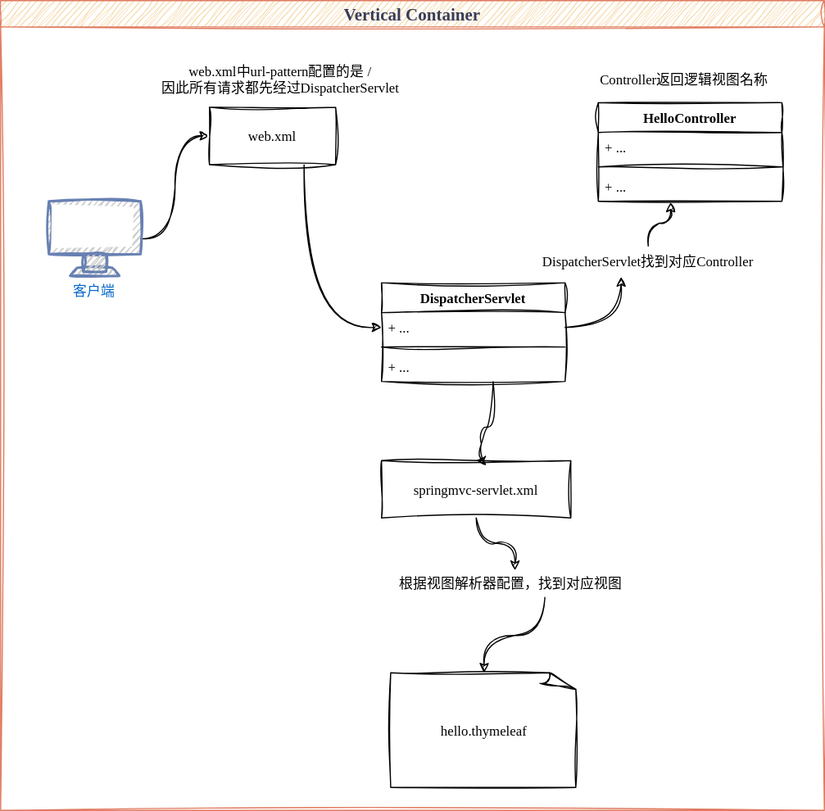
luguosong/images keeps this draw.io diagram as diagrams/java_serve/web_application/mvc/SpringMVC执行过程.svg. Above is the earlier version. Source tidied: cells renumbered, new cells last; positions are measured from the earlier drawing's top-left corner, leaving out a move shared by most shapes.
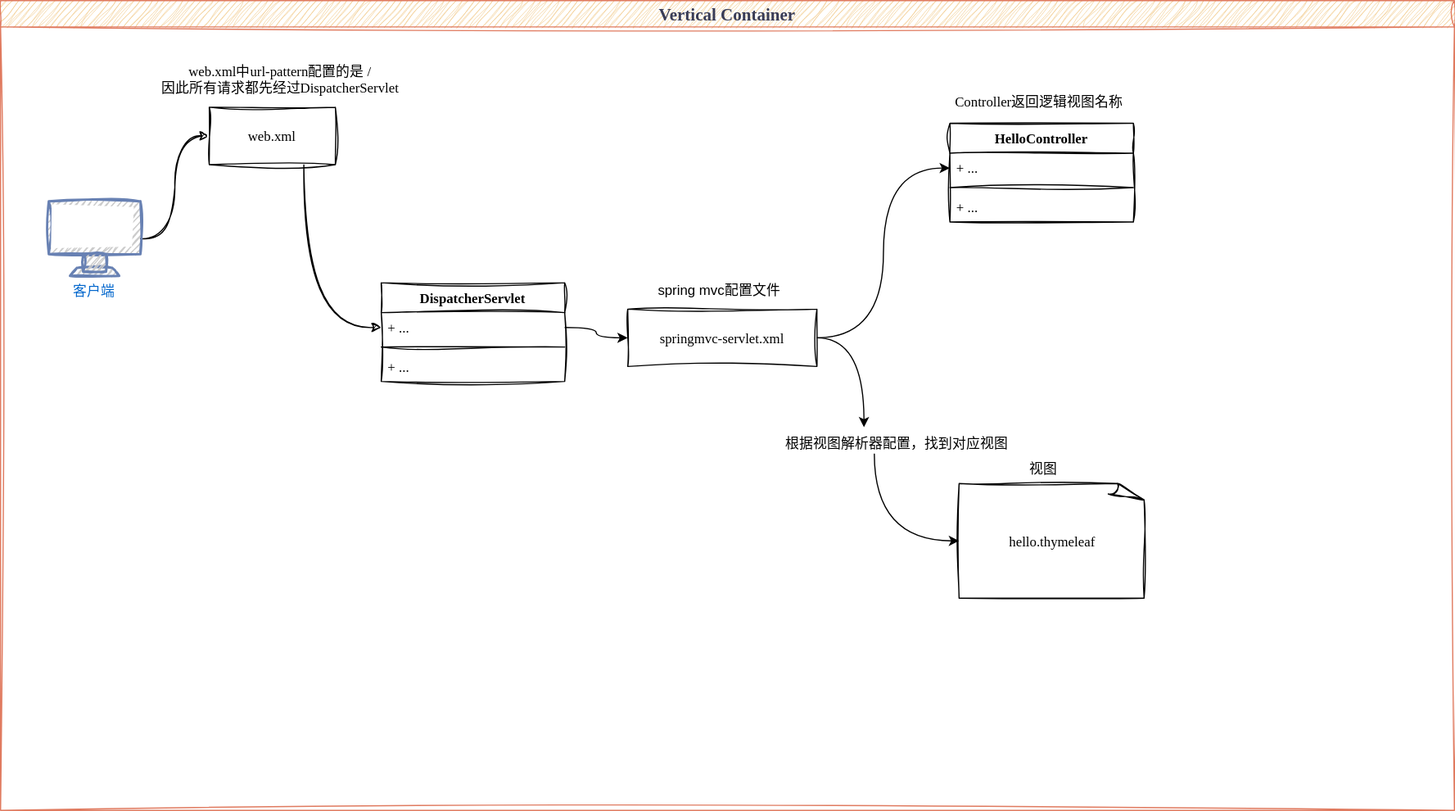
After the change.

Commit message:
更新SpringMVC执行过程.svg

The edit, as a diff of the source:
```diff
@@ -3,23 +3,47 @@
     <mxCell id="0" />
     <mxCell id="1" parent="0" />
     <mxCell id="2" value="Vertical Container" style="swimlane;sketch=1;hachureGap=4;jiggle=2;curveFitting=1;fontFamily=LXGW WenKai;fontSize=15;strokeColor=#E07A5F;align=center;verticalAlign=middle;fontColor=#393C56;fontStyle=1;fillColor=#F2CC8F;fontSource=https%3A%2F%2Ffonts.googleapis.com%2Fcss%3Ffamily%3DArchitects%2BDaughter;labelBackgroundColor=none;" parent="1" vertex="1">
-      <mxGeometry width="718" height="706" as="geometry" />
+      <mxGeometry width="1268" height="706" as="geometry" />
     </mxCell>
+    <mxCell id="26" style="edgeStyle=orthogonalEdgeStyle;curved=1;rounded=0;jettySize=auto;exitX=1;exitY=0.5;exitDx=0;exitDy=0;entryX=0;entryY=0.5;entryDx=0;entryDy=0;" parent="2" edge="1" source="3" target="17">
+      <mxGeometry relative="1" as="geometry" />
+    </mxCell>
     <mxCell id="3" value="springmvc-servlet.xml" style="fontFamily=LXGW WenKai;sketch=1;curveFitting=1;jiggle=2;" parent="2" vertex="1">
-      <mxGeometry x="332" y="401" width="165" height="50" as="geometry" />
+      <mxGeometry x="547" y="269" width="165" height="50" as="geometry" />
     </mxCell>
     <mxCell id="4" value="hello.thymeleaf" style="shape=mxgraph.basic.document;fontFamily=LXGW WenKai;sketch=1;curveFitting=1;jiggle=2;" parent="2" vertex="1">
-      <mxGeometry x="340" y="586" width="163" height="100" as="geometry" />
+      <mxGeometry x="836" y="421" width="163" height="100" as="geometry" />
     </mxCell>
+    <mxCell id="16" value="HelloController" style="swimlane;fontStyle=1;align=center;verticalAlign=top;horizontal=1;startSize=26;fontFamily=LXGW WenKai;sketch=1;curveFitting=1;jiggle=2;" parent="2" vertex="1">
+      <mxGeometry x="828" y="107" width="160" height="86" as="geometry" />
+    </mxCell>
+    <mxCell id="17" value="+ ..." style="text;strokeColor=none;fillColor=none;align=left;verticalAlign=top;spacingLeft=4;spacingRight=4;overflow=hidden;points=[[0,0.5],[1,0.5]];portConstraint=eastwest;fontFamily=LXGW WenKai;sketch=1;curveFitting=1;jiggle=2;" parent="16" vertex="1">
+      <mxGeometry y="26" width="160" height="26" as="geometry" />
+    </mxCell>
+    <mxCell id="18" style="line;strokeWidth=1;fillColor=none;align=left;verticalAlign=middle;spacingTop=-1;spacingLeft=3;spacingRight=3;labelPosition=right;strokeColor=inherit;fontFamily=LXGW WenKai;sketch=1;curveFitting=1;jiggle=2;" parent="16" vertex="1">
+      <mxGeometry y="52" width="160" height="8" as="geometry" />
+    </mxCell>
+    <mxCell id="19" value="+ ..." style="text;strokeColor=none;fillColor=none;align=left;verticalAlign=top;spacingLeft=4;spacingRight=4;overflow=hidden;points=[[0,0.5],[1,0.5]];portConstraint=eastwest;fontFamily=LXGW WenKai;sketch=1;curveFitting=1;jiggle=2;" parent="16" vertex="1">
+      <mxGeometry y="60" width="160" height="26" as="geometry" />
+    </mxCell>
-    <mxCell id="5" style="edgeStyle=orthogonalEdgeStyle;curved=1;rounded=0;jettySize=auto;exitX=0.64;exitY=0.974;exitDx=0;exitDy=0;entryX=0.5;entryY=0;entryDx=0;entryDy=0;entryPerimeter=0;fontFamily=LXGW WenKai;sketch=1;curveFitting=1;jiggle=2;exitPerimeter=0;" parent="2" edge="1" source="7" target="4">
+    <mxCell id="5" style="edgeStyle=orthogonalEdgeStyle;curved=1;rounded=0;jettySize=auto;exitX=0.405;exitY=0.846;exitDx=0;exitDy=0;entryX=0;entryY=0.5;entryDx=0;entryDy=0;entryPerimeter=0;exitPerimeter=0;" parent="2" edge="1" source="7" target="4">
       <mxGeometry relative="1" as="geometry" />
     </mxCell>
-    <mxCell id="6" style="edgeStyle=orthogonalEdgeStyle;curved=1;rounded=0;jettySize=auto;exitX=0.5;exitY=1;exitDx=0;exitDy=0;entryX=0.516;entryY=0.064;entryDx=0;entryDy=0;entryPerimeter=0;fontFamily=LXGW WenKai;sketch=1;curveFitting=1;jiggle=2;" parent="2" edge="1" source="3" target="7">
+    <mxCell id="6" style="edgeStyle=orthogonalEdgeStyle;curved=1;rounded=0;jettySize=auto;exitX=1;exitY=0.5;exitDx=0;exitDy=0;entryX=0.362;entryY=-0.038;entryDx=0;entryDy=0;entryPerimeter=0;" parent="2" edge="1" source="3" target="7">
       <mxGeometry relative="1" as="geometry" />
     </mxCell>
     <mxCell id="7" value="根据视图解析器配置，找到对应视图" style="text;align=center;verticalAlign=middle;points=[];strokeColor=none;fillColor=none;fontFamily=LXGW WenKai;sketch=1;curveFitting=1;jiggle=2;" parent="2" vertex="1">
-      <mxGeometry x="340" y="495" width="210" height="26" as="geometry" />
+      <mxGeometry x="677" y="373" width="210" height="26" as="geometry" />
     </mxCell>
+    <mxCell id="23" value="Controller返回逻辑视图名称" style="text;align=center;verticalAlign=middle;strokeColor=none;fillColor=none;fontFamily=LXGW WenKai;sketch=1;curveFitting=1;jiggle=2;" parent="2" vertex="1">
+      <mxGeometry x="821" y="75" width="170" height="26" as="geometry" />
+    </mxCell>
+    <mxCell id="27" value="视图" style="text;align=center;verticalAlign=middle;strokeColor=none;fillColor=none;" parent="2" vertex="1">
+      <mxGeometry x="889" y="395" width="42" height="26" as="geometry" />
+    </mxCell>
+    <mxCell id="28" value="spring mvc配置文件" style="text;align=center;verticalAlign=middle;strokeColor=none;fillColor=none;" parent="2" vertex="1">
+      <mxGeometry x="565" y="239" width="124" height="26" as="geometry" />
+    </mxCell>
     <mxCell id="8" style="edgeStyle=orthogonalEdgeStyle;curved=1;rounded=0;jettySize=auto;exitX=1;exitY=0.5;exitDx=0;exitDy=0;exitPerimeter=0;entryX=0;entryY=0.5;entryDx=0;entryDy=0;fontFamily=LXGW WenKai;sketch=1;curveFitting=1;jiggle=2;" parent="1" edge="1" source="9" target="11">
       <mxGeometry relative="1" as="geometry" />
     </mxCell>
@@ -44,41 +68,11 @@
     <mxCell id="15" value="+ ..." style="text;strokeColor=none;fillColor=none;align=left;verticalAlign=top;spacingLeft=4;spacingRight=4;overflow=hidden;points=[[0,0.5],[1,0.5]];portConstraint=eastwest;fontFamily=LXGW WenKai;sketch=1;curveFitting=1;jiggle=2;" parent="12" vertex="1">
       <mxGeometry y="60" width="160" height="26" as="geometry" />
     </mxCell>
-    <mxCell id="16" value="HelloController" style="swimlane;fontStyle=1;align=center;verticalAlign=top;horizontal=1;startSize=26;fontFamily=LXGW WenKai;sketch=1;curveFitting=1;jiggle=2;" parent="1" vertex="1">
-      <mxGeometry x="521" y="89" width="160" height="86" as="geometry" />
-    </mxCell>
-    <mxCell id="17" value="+ ..." style="text;strokeColor=none;fillColor=none;align=left;verticalAlign=top;spacingLeft=4;spacingRight=4;overflow=hidden;points=[[0,0.5],[1,0.5]];portConstraint=eastwest;fontFamily=LXGW WenKai;sketch=1;curveFitting=1;jiggle=2;" parent="16" vertex="1">
-      <mxGeometry y="26" width="160" height="26" as="geometry" />
-    </mxCell>
-    <mxCell id="18" style="line;strokeWidth=1;fillColor=none;align=left;verticalAlign=middle;spacingTop=-1;spacingLeft=3;spacingRight=3;labelPosition=right;strokeColor=inherit;fontFamily=LXGW WenKai;sketch=1;curveFitting=1;jiggle=2;" parent="16" vertex="1">
-      <mxGeometry y="52" width="160" height="8" as="geometry" />
-    </mxCell>
-    <mxCell id="19" value="+ ..." style="text;strokeColor=none;fillColor=none;align=left;verticalAlign=top;spacingLeft=4;spacingRight=4;overflow=hidden;points=[[0,0.5],[1,0.5]];portConstraint=eastwest;fontFamily=LXGW WenKai;sketch=1;curveFitting=1;jiggle=2;" parent="16" vertex="1">
-      <mxGeometry y="60" width="160" height="26" as="geometry" />
-    </mxCell>
-    <mxCell id="20" style="edgeStyle=orthogonalEdgeStyle;curved=1;rounded=0;jettySize=auto;entryX=0.394;entryY=1.038;entryDx=0;entryDy=0;entryPerimeter=0;fontFamily=LXGW WenKai;sketch=1;curveFitting=1;jiggle=2;" parent="1" edge="1" source="25" target="19">
-      <mxGeometry relative="1" as="geometry" />
-    </mxCell>
-    <mxCell id="21" style="edgeStyle=orthogonalEdgeStyle;curved=1;rounded=0;jettySize=auto;exitX=0.608;exitY=1.013;exitDx=0;exitDy=0;entryX=0.5;entryY=0;entryDx=0;entryDy=0;fontFamily=LXGW WenKai;sketch=1;curveFitting=1;jiggle=2;exitPerimeter=0;" parent="1" edge="1" source="15" target="3">
-      <mxGeometry relative="1" as="geometry">
-        <Array as="points">
-          <mxPoint x="429" y="372" />
-          <mxPoint x="419" y="372" />
-          <mxPoint x="419" y="401" />
-        </Array>
-      </mxGeometry>
-    </mxCell>
     <mxCell id="22" value="web.xml中url-pattern配置的是 /&#10;因此所有请求都先经过DispatcherServlet" style="text;align=center;verticalAlign=middle;strokeColor=none;fillColor=none;fontFamily=LXGW WenKai;sketch=1;curveFitting=1;jiggle=2;" parent="1" vertex="1">
       <mxGeometry x="125" y="48" width="238" height="41" as="geometry" />
     </mxCell>
-    <mxCell id="23" value="Controller返回逻辑视图名称" style="text;align=center;verticalAlign=middle;strokeColor=none;fillColor=none;fontFamily=LXGW WenKai;sketch=1;curveFitting=1;jiggle=2;" parent="1" vertex="1">
-      <mxGeometry x="511" y="55.5" width="170" height="26" as="geometry" />
-    </mxCell>
-    <mxCell id="24" style="edgeStyle=orthogonalEdgeStyle;curved=1;rounded=0;jettySize=auto;exitX=1;exitY=0.5;exitDx=0;exitDy=0;entryX=0.394;entryY=1.038;entryDx=0;entryDy=0;entryPerimeter=0;fontFamily=LXGW WenKai;sketch=1;curveFitting=1;jiggle=2;" parent="1" edge="1" source="13" target="25">
-      <mxGeometry relative="1" as="geometry" />
-    </mxCell>
-    <mxCell id="25" value="DispatcherServlet找到对应Controller" style="text;align=center;verticalAlign=middle;points=[];strokeColor=none;fillColor=none;fontFamily=LXGW WenKai;sketch=1;curveFitting=1;jiggle=2;" parent="1" vertex="1">
-      <mxGeometry x="453" y="214" width="223" height="26" as="geometry" />
-    </mxCell>
+    <mxCell id="29" style="edgeStyle=orthogonalEdgeStyle;curved=1;rounded=0;jettySize=auto;exitX=1;exitY=0.5;exitDx=0;exitDy=0;entryX=0;entryY=0.5;entryDx=0;entryDy=0;" parent="1" edge="1" source="13" target="3">
+      <mxGeometry relative="1" as="geometry" />
+    </mxCell>
   </root>
 </mxGraphModel>
```
